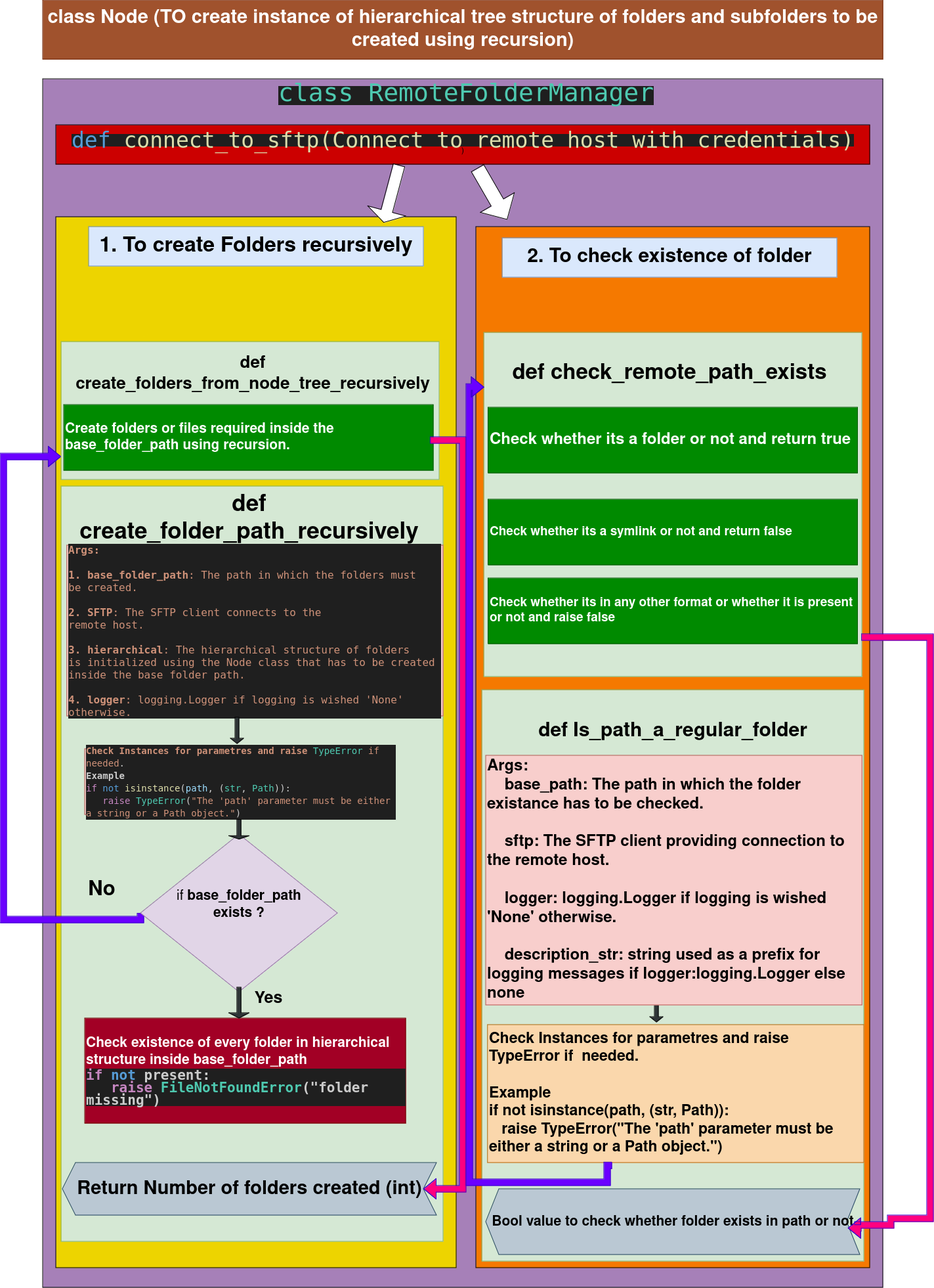
Above: task.png in Antonyashik96/Codingtask (draw.io), before the change. Source tidied: cells renumbered, new cells last; positions are measured from the earlier drawing's top-left corner, leaving out a move shared by most shapes.
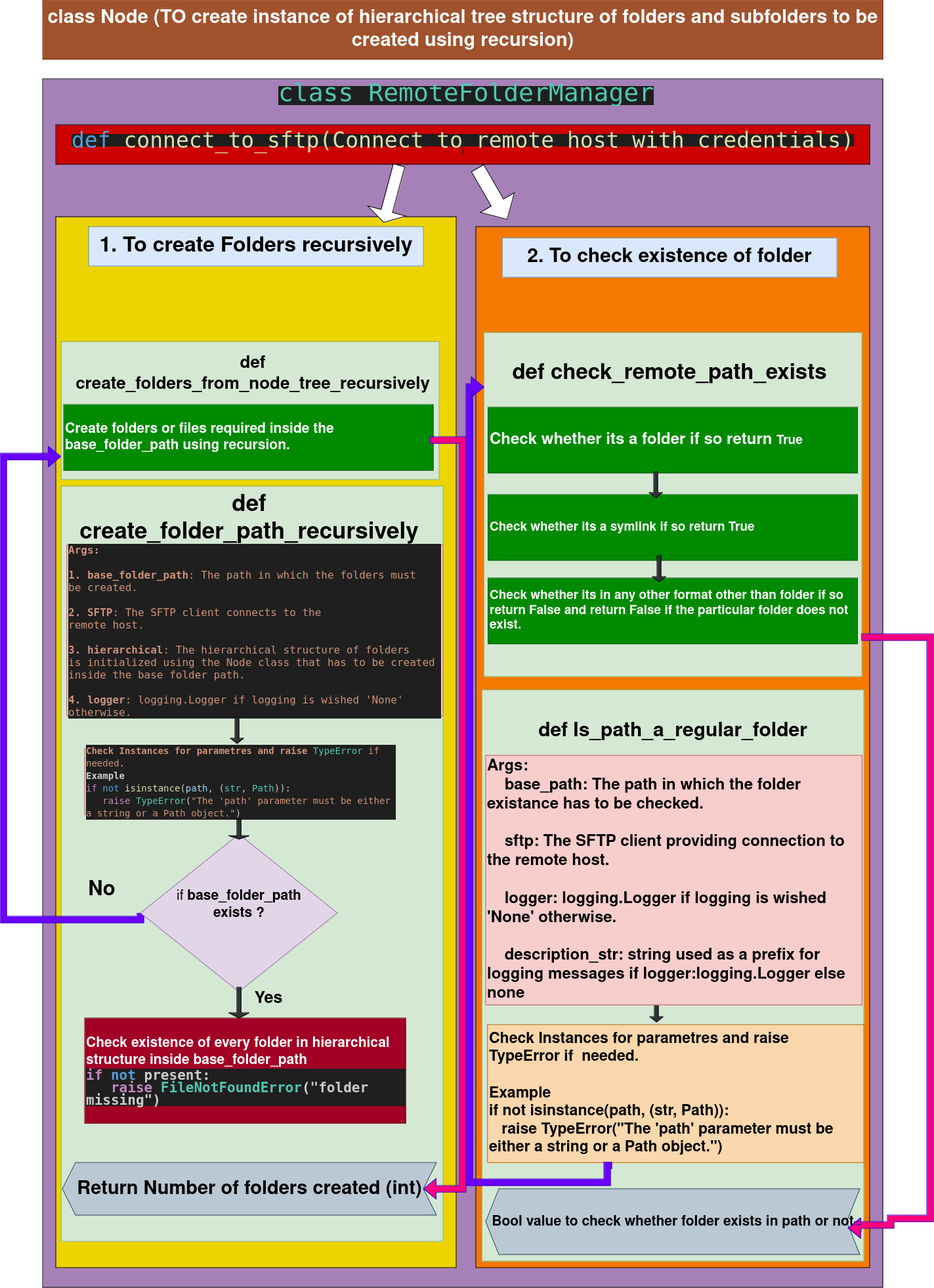
The same file after the commit.

Diff of the diagram source:
```diff
@@ -110,13 +110,13 @@
     <mxCell id="33" value="&lt;div&gt;&lt;b&gt;&lt;br&gt;&lt;/b&gt;&lt;/div&gt;&lt;div&gt;&lt;b&gt;&lt;br&gt;&lt;/b&gt;&lt;/div&gt;&lt;div&gt;&lt;b&gt;&lt;br&gt;&lt;/b&gt;&lt;/div&gt;&lt;div&gt;&lt;b&gt;&lt;br&gt;&lt;/b&gt;&lt;/div&gt;&lt;div&gt;&lt;b&gt;&lt;br&gt;&lt;/b&gt;&lt;/div&gt;&lt;div&gt;&lt;b&gt;&lt;br&gt;&lt;/b&gt;&lt;/div&gt;&lt;div&gt;&lt;b&gt;&lt;br&gt;&lt;/b&gt;&lt;/div&gt;&lt;div&gt;&lt;b&gt;&lt;br&gt;&lt;/b&gt;&lt;/div&gt;&lt;div&gt;&lt;b&gt;&lt;br&gt;&lt;/b&gt;&lt;/div&gt;&lt;div&gt;&lt;b&gt;&lt;br&gt;&lt;/b&gt;&lt;/div&gt;&lt;div&gt;&lt;b&gt;&lt;br&gt;&lt;/b&gt;&lt;/div&gt;&lt;div&gt;&lt;b&gt;&lt;br&gt;&lt;/b&gt;&lt;/div&gt;&lt;div&gt;&lt;b&gt;&lt;br&gt;&lt;/b&gt;&lt;/div&gt;&lt;div&gt;&lt;b&gt;&lt;br&gt;&lt;/b&gt;&lt;/div&gt;&lt;div&gt;&lt;b&gt;&lt;br&gt;&lt;/b&gt;&lt;/div&gt;&lt;div&gt;&lt;b&gt;&lt;br&gt;&lt;/b&gt;&lt;/div&gt;&lt;div&gt;&lt;b&gt;&lt;br&gt;&lt;/b&gt;&lt;/div&gt;&lt;div&gt;&lt;b&gt;&lt;br&gt;&lt;/b&gt;&lt;/div&gt;&lt;div&gt;&lt;b&gt;&lt;br&gt;&lt;/b&gt;&lt;/div&gt;&lt;div&gt;&lt;b&gt;&lt;br&gt;&lt;/b&gt;&lt;/div&gt;&lt;div&gt;&lt;b&gt;&lt;br&gt;&lt;/b&gt;&lt;/div&gt;&lt;div&gt;&lt;b&gt;&lt;br&gt;&lt;/b&gt;&lt;/div&gt;" style="text;html=1;align=center;verticalAlign=middle;whiteSpace=wrap;rounded=0;fillColor=#d5e8d4;strokeColor=#82b366;" parent="1" vertex="1">
       <mxGeometry x="732" y="506" width="576" height="524" as="geometry" />
     </mxCell>
-    <mxCell id="34" value="&lt;b&gt;&lt;font style=&quot;font-size: 24px;&quot;&gt;Check whether its a folder or not and return true&lt;br&gt;&lt;/font&gt;&lt;/b&gt;" style="text;html=1;align=left;verticalAlign=middle;whiteSpace=wrap;rounded=0;fillColor=#008a00;fontColor=#ffffff;strokeColor=#005700;" parent="1" vertex="1">
+    <mxCell id="34" value="&lt;b&gt;&lt;font style=&quot;font-size: 24px;&quot;&gt;Check whether its a folder if so return &lt;/font&gt;&lt;/b&gt;&lt;b&gt;&lt;font style=&quot;font-size: 19px;&quot;&gt;True&lt;/font&gt;&lt;/b&gt;" style="text;html=1;align=left;verticalAlign=middle;whiteSpace=wrap;rounded=0;fillColor=#008a00;fontColor=#ffffff;strokeColor=#005700;" parent="1" vertex="1">
       <mxGeometry x="738.5" y="620" width="563" height="100" as="geometry" />
     </mxCell>
-    <mxCell id="35" value="&lt;b&gt;&lt;font style=&quot;font-size: 19px;&quot;&gt;Check whether its a symlink or not and return false &lt;/font&gt;&lt;/b&gt;" style="text;html=1;align=left;verticalAlign=middle;whiteSpace=wrap;rounded=0;fillColor=#008a00;fontColor=#ffffff;strokeColor=#005700;" parent="1" vertex="1">
-      <mxGeometry x="738.5" y="760" width="563" height="100" as="geometry" />
+    <mxCell id="35" value="&lt;b&gt;&lt;font style=&quot;font-size: 19px;&quot;&gt;Check whether its a symlink if so return True &lt;/font&gt;&lt;/b&gt;" style="text;html=1;align=left;verticalAlign=middle;whiteSpace=wrap;rounded=0;fillColor=#008a00;fontColor=#ffffff;strokeColor=#005700;" parent="1" vertex="1">
+      <mxGeometry x="738.5" y="753" width="563" height="100" as="geometry" />
     </mxCell>
-    <mxCell id="36" value="&lt;b&gt;&lt;font style=&quot;font-size: 19px;&quot;&gt;Check whether its in any other format or whether it is present or not and raise false &lt;/font&gt;&lt;/b&gt;" style="text;html=1;align=left;verticalAlign=middle;whiteSpace=wrap;rounded=0;fillColor=#008a00;fontColor=#ffffff;strokeColor=#005700;" parent="1" vertex="1">
+    <mxCell id="36" value="&lt;b&gt;&lt;font style=&quot;font-size: 19px;&quot;&gt;Check whether its in any other format other than folder if so return False and return False if the particular folder does not exist.&lt;br&gt;&lt;/font&gt;&lt;/b&gt;" style="text;html=1;align=left;verticalAlign=middle;whiteSpace=wrap;rounded=0;fillColor=#008a00;fontColor=#ffffff;strokeColor=#005700;" parent="1" vertex="1">
       <mxGeometry x="738.5" y="880" width="563" height="100" as="geometry" />
     </mxCell>
     <mxCell id="37" value="&lt;b&gt;&lt;font style=&quot;font-size: 33px;&quot;&gt;def check_remote_path_exists&lt;/font&gt;&lt;/b&gt;" style="text;html=1;align=center;verticalAlign=middle;whiteSpace=wrap;rounded=0;" parent="1" vertex="1">
@@ -148,5 +148,11 @@
         </Array>
       </mxGeometry>
     </mxCell>
+    <mxCell id="41" style="shape=singleArrow;direction=west;whiteSpace=wrap;html=1;rotation=-90;strokeColor=#000000;fillColor=#2e3436;" parent="1" vertex="1">
+      <mxGeometry x="974" y="728" width="40" height="20" as="geometry" />
+    </mxCell>
+    <mxCell id="42" style="shape=singleArrow;direction=west;whiteSpace=wrap;html=1;rotation=-90;strokeColor=#000000;fillColor=#2e3436;" parent="1" vertex="1">
+      <mxGeometry x="979" y="856" width="40" height="20" as="geometry" />
+    </mxCell>
   </root>
 </mxGraphModel>
```
